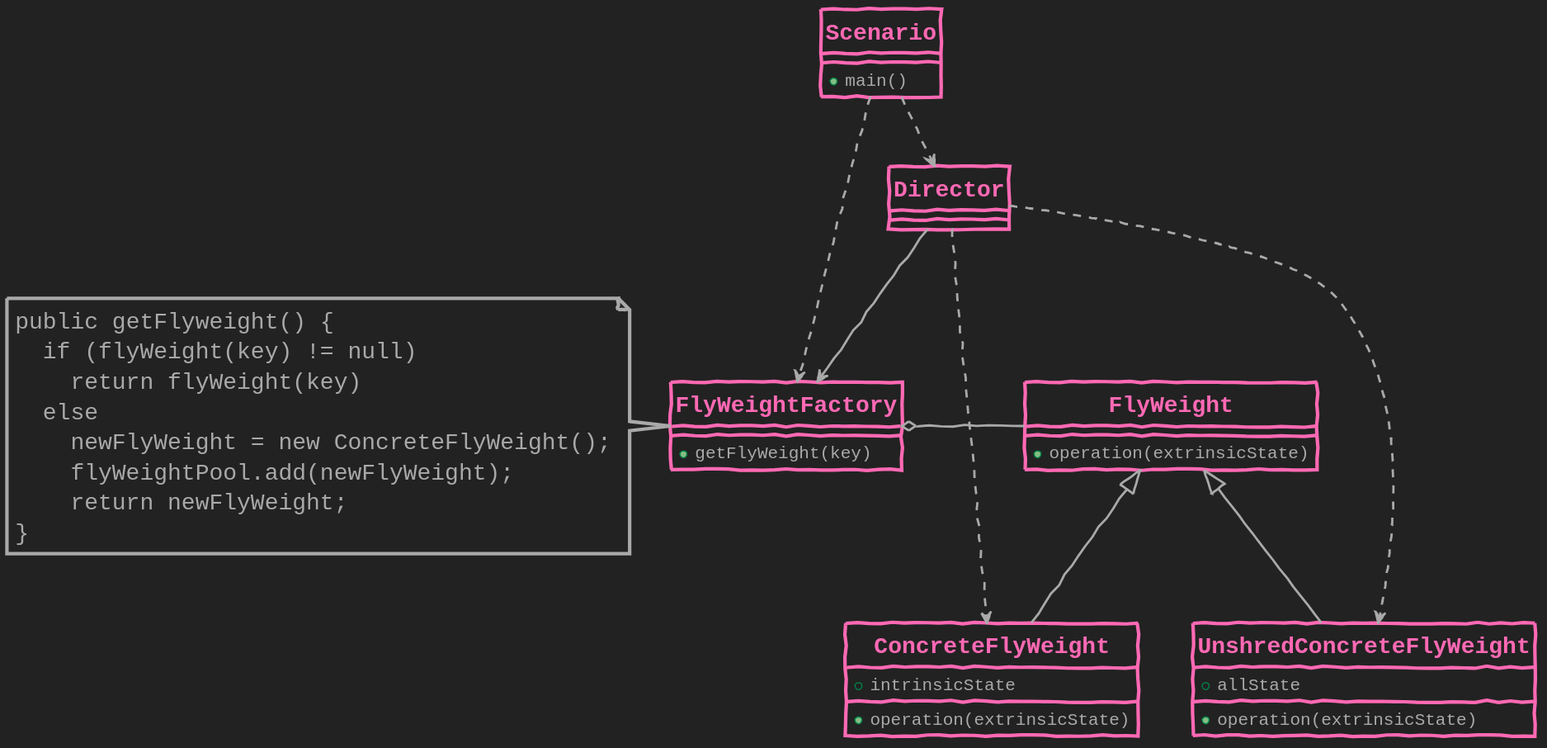
Before: USantaTecla/3-disenyo/4-patronesDisenyo/images/estructuraGeneralFlyweight.svg, a diagram exported from PlantUML (USantaTecla-0-general/3-publicaciones).
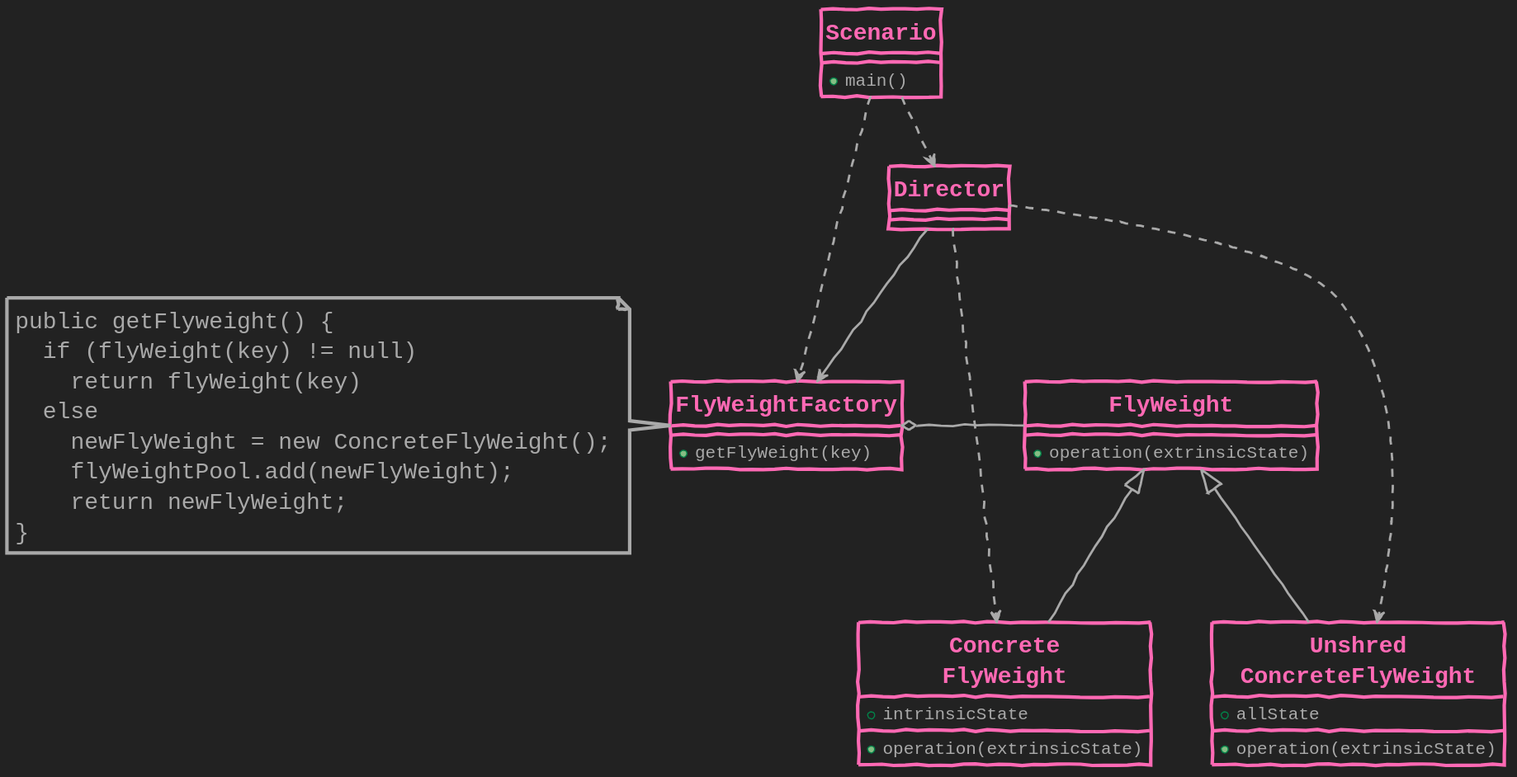
After the commit.

Diff of the diagram source:
```diff
@@ -58,11 +58,11 @@
 class FlyWeight  {
 + operation(extrinsicState)
 }
-class UnshredConcreteFlyWeight  {
+class "Unshred\nConcreteFlyWeight"  as UnshredConcreteFlyWeight {
 + allState
 + operation(extrinsicState)
 }
-class ConcreteFlyWeight  {
+class "Concrete\nFlyWeight" as ConcreteFlyWeight {
 + intrinsicState
 + operation(extrinsicState)
 }
```
